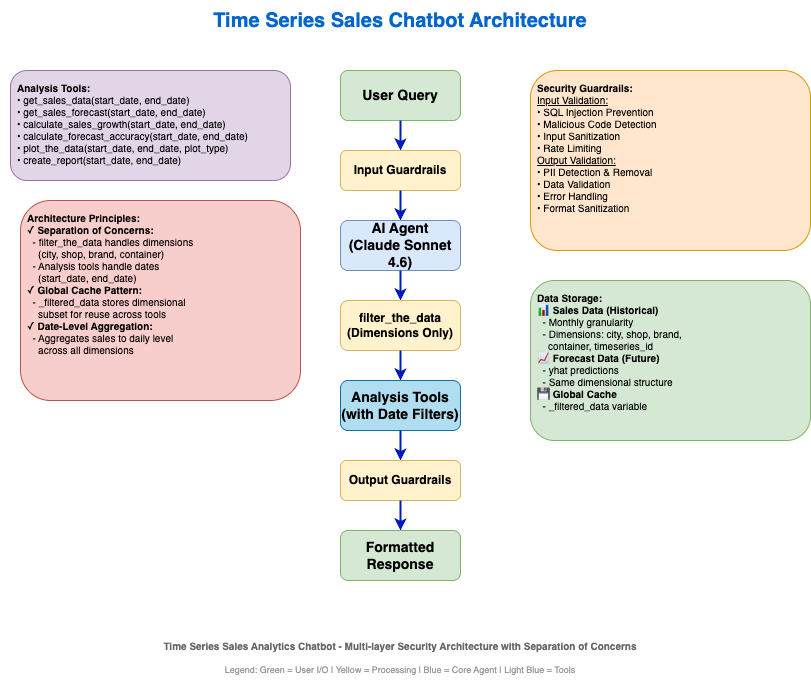
The draw.io diagram assets/time_series_design.png in generalized-ml/Pandas-Agent, before a commit. Source tidied: cells renumbered, new cells last; positions are measured from the earlier drawing's top-left corner, leaving out a move shared by most shapes.
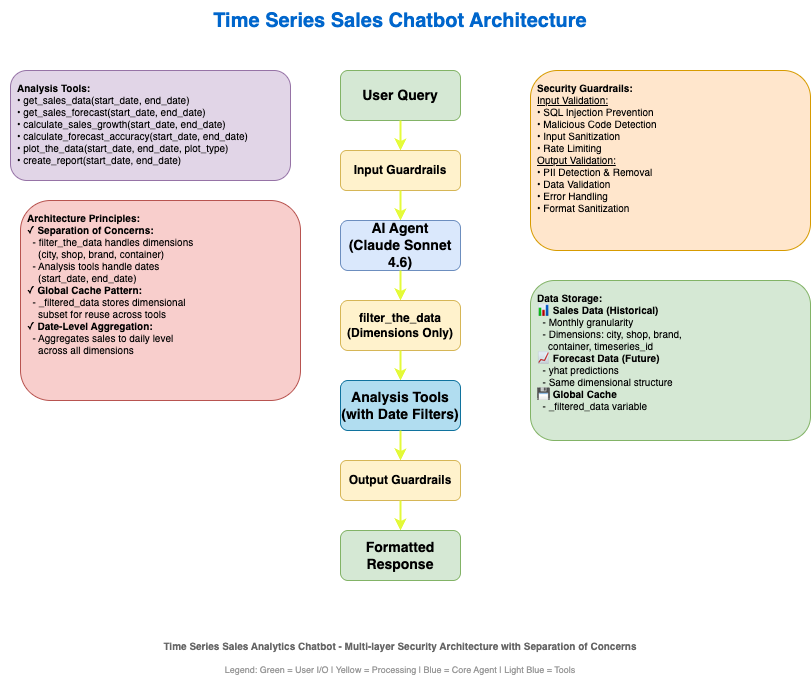
The same file after the commit.

The edit, as a diff of the source:
```diff
@@ -8,37 +8,37 @@
     <mxCell id="3" value="User Query" style="rounded=1;whiteSpace=wrap;html=1;fillColor=#d5e8d4;strokeColor=#82b366;fontSize=14;fontStyle=1;" parent="1" vertex="1">
       <mxGeometry x="340" y="70" width="120" height="50" as="geometry" />
     </mxCell>
-    <mxCell id="4" style="edgeStyle=orthogonalEdgeStyle;rounded=0;jettySize=auto;html=1;strokeWidth=2;endArrow=classic;endFill=1;fillColor=#0050ef;strokeColor=#001DBC;" parent="1" edge="1" source="3" target="5">
+    <mxCell id="4" style="edgeStyle=orthogonalEdgeStyle;rounded=0;jettySize=auto;html=1;strokeWidth=2;endArrow=classic;endFill=1;fillColor=#0050ef;strokeColor=light-dark(#e5fc3a, #b2cbff);" parent="1" edge="1" source="3" target="5">
       <mxGeometry relative="1" as="geometry" />
     </mxCell>
     <mxCell id="5" value="Input Guardrails" style="rounded=1;whiteSpace=wrap;html=1;fillColor=#fff2cc;strokeColor=#d6b656;fontSize=12;fontStyle=1;" parent="1" vertex="1">
       <mxGeometry x="340" y="150" width="120" height="40" as="geometry" />
     </mxCell>
-    <mxCell id="6" style="edgeStyle=orthogonalEdgeStyle;rounded=0;jettySize=auto;html=1;strokeWidth=2;endArrow=classic;endFill=1;fillColor=#0050ef;strokeColor=#001DBC;" parent="1" edge="1" source="5" target="7">
+    <mxCell id="6" style="edgeStyle=orthogonalEdgeStyle;rounded=0;jettySize=auto;html=1;strokeWidth=2;endArrow=classic;endFill=1;fillColor=#0050ef;strokeColor=light-dark(#e5fb3a, #b2cbff);" parent="1" edge="1" source="5" target="7">
       <mxGeometry relative="1" as="geometry" />
     </mxCell>
     <mxCell id="7" value="AI Agent&lt;br&gt;(Claude Sonnet 4.6)" style="rounded=1;whiteSpace=wrap;html=1;fillColor=#dae8fc;strokeColor=#6c8ebf;fontSize=14;fontStyle=1;" parent="1" vertex="1">
       <mxGeometry x="340" y="220" width="120" height="50" as="geometry" />
     </mxCell>
-    <mxCell id="8" style="edgeStyle=orthogonalEdgeStyle;rounded=0;jettySize=auto;html=1;strokeWidth=2;endArrow=classic;endFill=1;fillColor=#0050ef;strokeColor=#001DBC;" parent="1" edge="1" source="7" target="9">
+    <mxCell id="8" style="edgeStyle=orthogonalEdgeStyle;rounded=0;jettySize=auto;html=1;strokeWidth=2;endArrow=classic;endFill=1;fillColor=#0050ef;strokeColor=light-dark(#e4fb39, #b2cbff);" parent="1" edge="1" source="7" target="9">
       <mxGeometry relative="1" as="geometry" />
     </mxCell>
     <mxCell id="9" value="filter_the_data&lt;br&gt;(Dimensions Only)" style="rounded=1;whiteSpace=wrap;html=1;fillColor=#fff2cc;strokeColor=#d6b656;fontSize=12;fontStyle=1;" parent="1" vertex="1">
       <mxGeometry x="340" y="300" width="120" height="50" as="geometry" />
     </mxCell>
-    <mxCell id="10" style="edgeStyle=orthogonalEdgeStyle;rounded=0;jettySize=auto;html=1;strokeWidth=2;endArrow=classic;endFill=1;fillColor=#0050ef;strokeColor=#001DBC;" parent="1" edge="1" source="9" target="11">
+    <mxCell id="10" style="edgeStyle=orthogonalEdgeStyle;rounded=0;jettySize=auto;html=1;strokeWidth=2;endArrow=classic;endFill=1;fillColor=#0050ef;strokeColor=light-dark(#e4fa39, #b2cbff);" parent="1" edge="1" source="9" target="11">
       <mxGeometry relative="1" as="geometry" />
     </mxCell>
     <mxCell id="11" value="Analysis Tools&lt;br&gt;(with Date Filters)" style="rounded=1;whiteSpace=wrap;html=1;fillColor=#b1ddf0;strokeColor=#10739e;fontSize=14;fontStyle=1;" parent="1" vertex="1">
       <mxGeometry x="340" y="380" width="120" height="50" as="geometry" />
     </mxCell>
-    <mxCell id="12" style="edgeStyle=orthogonalEdgeStyle;rounded=0;jettySize=auto;html=1;strokeWidth=2;endArrow=classic;endFill=1;fillColor=#0050ef;strokeColor=#001DBC;" parent="1" edge="1" source="11" target="13">
+    <mxCell id="12" style="edgeStyle=orthogonalEdgeStyle;rounded=0;jettySize=auto;html=1;strokeWidth=2;endArrow=classic;endFill=1;fillColor=#0050ef;strokeColor=light-dark(#e3fa39, #b2cbff);" parent="1" edge="1" source="11" target="13">
       <mxGeometry relative="1" as="geometry" />
     </mxCell>
     <mxCell id="13" value="Output Guardrails" style="rounded=1;whiteSpace=wrap;html=1;fillColor=#fff2cc;strokeColor=#d6b656;fontSize=12;fontStyle=1;" parent="1" vertex="1">
       <mxGeometry x="340" y="460" width="120" height="40" as="geometry" />
     </mxCell>
-    <mxCell id="14" style="edgeStyle=orthogonalEdgeStyle;rounded=0;jettySize=auto;html=1;strokeWidth=2;endArrow=classic;endFill=1;fillColor=#0050ef;strokeColor=#001DBC;" parent="1" edge="1" source="13" target="15">
+    <mxCell id="14" style="edgeStyle=orthogonalEdgeStyle;rounded=0;jettySize=auto;html=1;strokeWidth=2;endArrow=classic;endFill=1;fillColor=#ffff88;strokeColor=light-dark(#e3f939, #babdc0);" parent="1" edge="1" source="13" target="15">
       <mxGeometry relative="1" as="geometry" />
     </mxCell>
     <mxCell id="15" value="Formatted Response" style="rounded=1;whiteSpace=wrap;html=1;fillColor=#d5e8d4;strokeColor=#82b366;fontSize=14;fontStyle=1;" parent="1" vertex="1">
```
